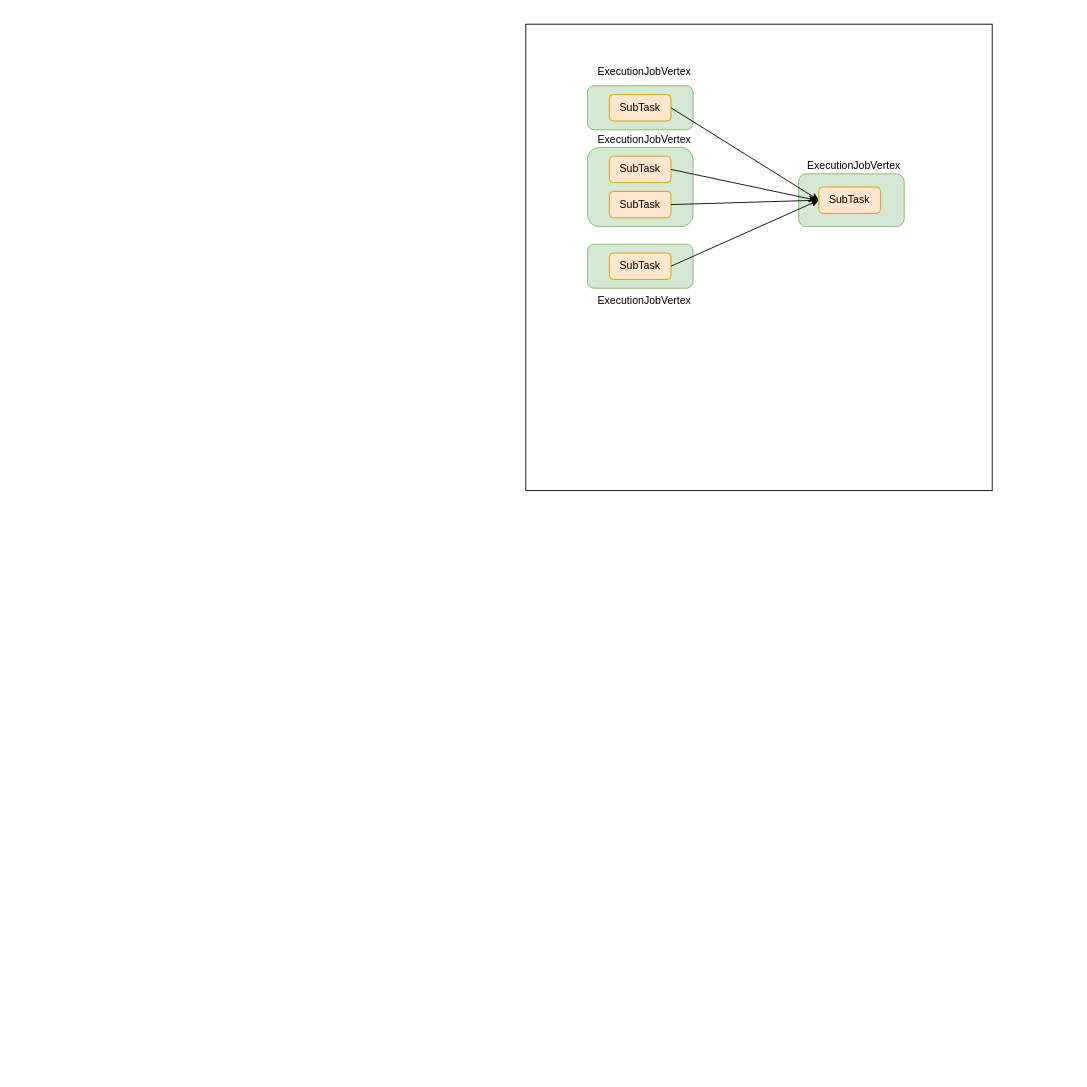
Before: 图片xml/Flink_slot_allocate.drawio in kkewwei/elasticsearch_learning, a draw.io diagram. Source tidied: cells renumbered, new cells numbered last; positions are measured from the earlier drawing's top-left corner, leaving out a move shared by most shapes. Both pictures are drawn from the tidied source at 88%, with x=0, y=0 at pixel (525, 24).
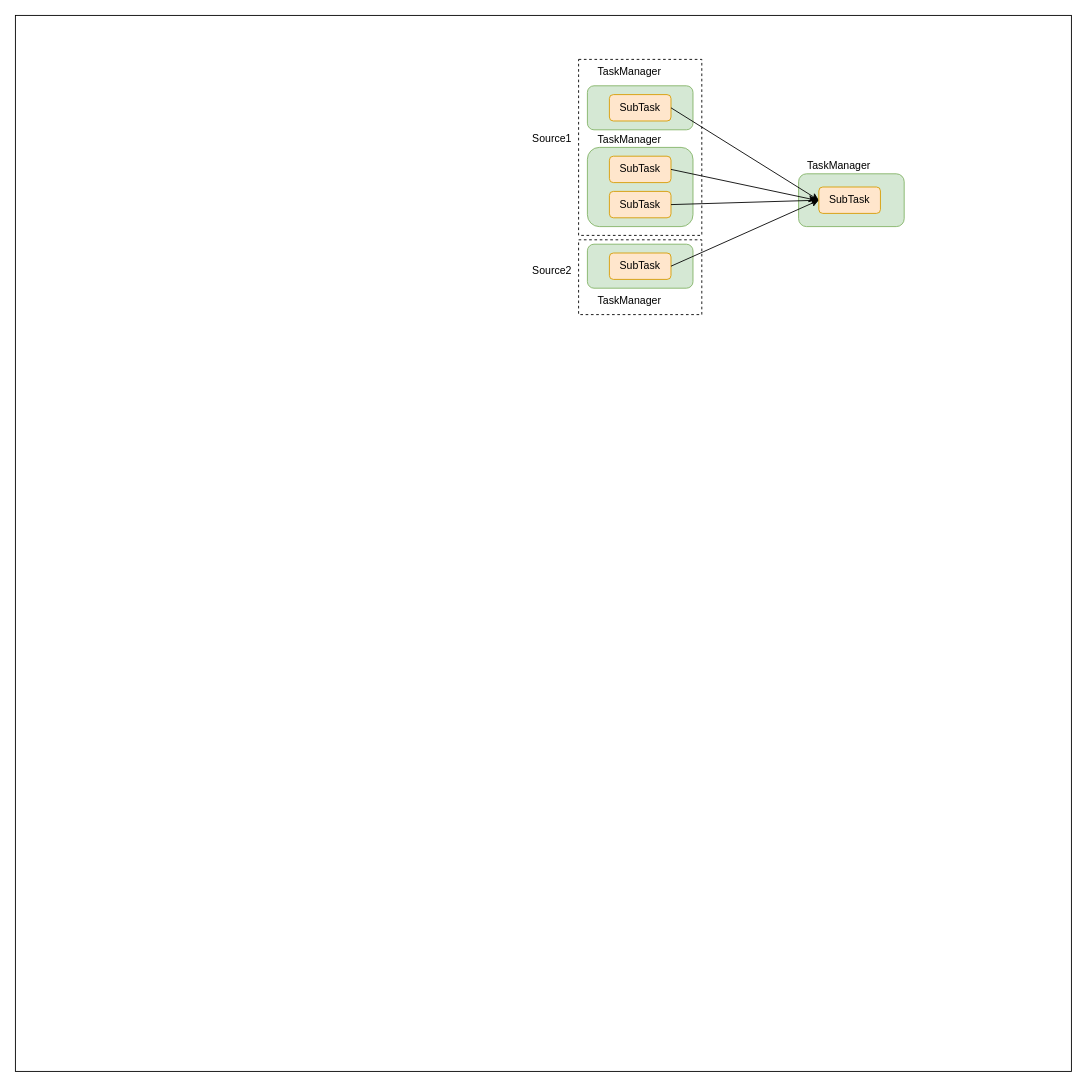
The same diagram, later.

The edit, as a diff of the source:
```diff
@@
     <mxCell id="2" style="whiteSpace=wrap;html=1;" parent="1" vertex="1">
-      <mxGeometry width="530" height="530" as="geometry" />
+      <mxGeometry x="-580" y="-10" width="1200" height="1200" as="geometry" />
     </mxCell>
+    <mxCell id="20" style="rounded=0;whiteSpace=wrap;html=1;dashed=1;" parent="1" vertex="1">
+      <mxGeometry x="60" y="245" width="140" height="85" as="geometry" />
+    </mxCell>
+    <mxCell id="21" style="rounded=0;whiteSpace=wrap;html=1;dashed=1;" parent="1" vertex="1">
+      <mxGeometry x="60" y="40" width="140" height="200" as="geometry" />
+    </mxCell>
@@
-    <mxCell id="16" value="ExecutionJobVertex" style="text;html=1;" parent="1" vertex="1">
+    <mxCell id="16" value="TaskManager" style="text;html=1;" parent="1" vertex="1">
       <mxGeometry x="80" y="40" width="130" height="30" as="geometry" />
     </mxCell>
-    <mxCell id="17" value="ExecutionJobVertex" style="text;html=1;" parent="1" vertex="1">
+    <mxCell id="17" value="TaskManager" style="text;html=1;" parent="1" vertex="1">
       <mxGeometry x="80" y="118" width="130" height="30" as="geometry" />
     </mxCell>
-    <mxCell id="18" value="ExecutionJobVertex" style="text;html=1;" parent="1" vertex="1">
+    <mxCell id="18" value="TaskManager" style="text;html=1;" parent="1" vertex="1">
       <mxGeometry x="80" y="300" width="130" height="30" as="geometry" />
     </mxCell>
-    <mxCell id="19" value="ExecutionJobVertex" style="text;html=1;" parent="1" vertex="1">
+    <mxCell id="19" value="TaskManager" style="text;html=1;" parent="1" vertex="1">
       <mxGeometry x="318" y="147" width="130" height="30" as="geometry" />
     </mxCell>
+    <mxCell id="22" value="Source1" style="text;html=1;strokeColor=none;fillColor=none;align=center;verticalAlign=middle;whiteSpace=wrap;rounded=0;" parent="1" vertex="1">
+      <mxGeometry x="10" y="120" width="40" height="20" as="geometry" />
+    </mxCell>
+    <mxCell id="23" value="Source2" style="text;html=1;strokeColor=none;fillColor=none;align=center;verticalAlign=middle;whiteSpace=wrap;rounded=0;" parent="1" vertex="1">
+      <mxGeometry x="10" y="270" width="40" height="20" as="geometry" />
+    </mxCell>
```
